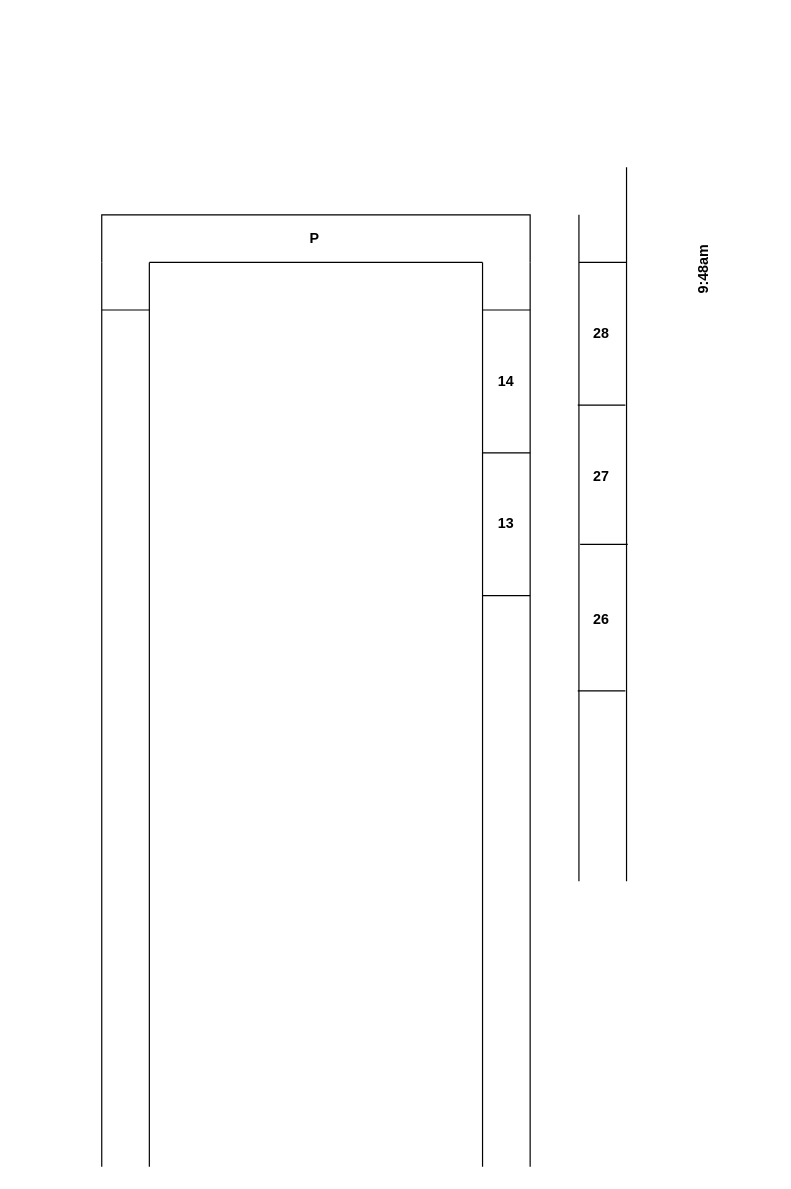
Above: page "A REAL MONTH" (1 of 27) of pentasys-calendar-format-1.drawio in appsparkler/draw.io (draw.io), before the change. Source tidied: cells renumbered, new cells numbered last; positions are measured from the earlier drawing's top-left corner, leaving out a move shared by most shapes. Both pictures are drawn from the tidied source at 119%, with x=0, y=0 at pixel (101, 167).
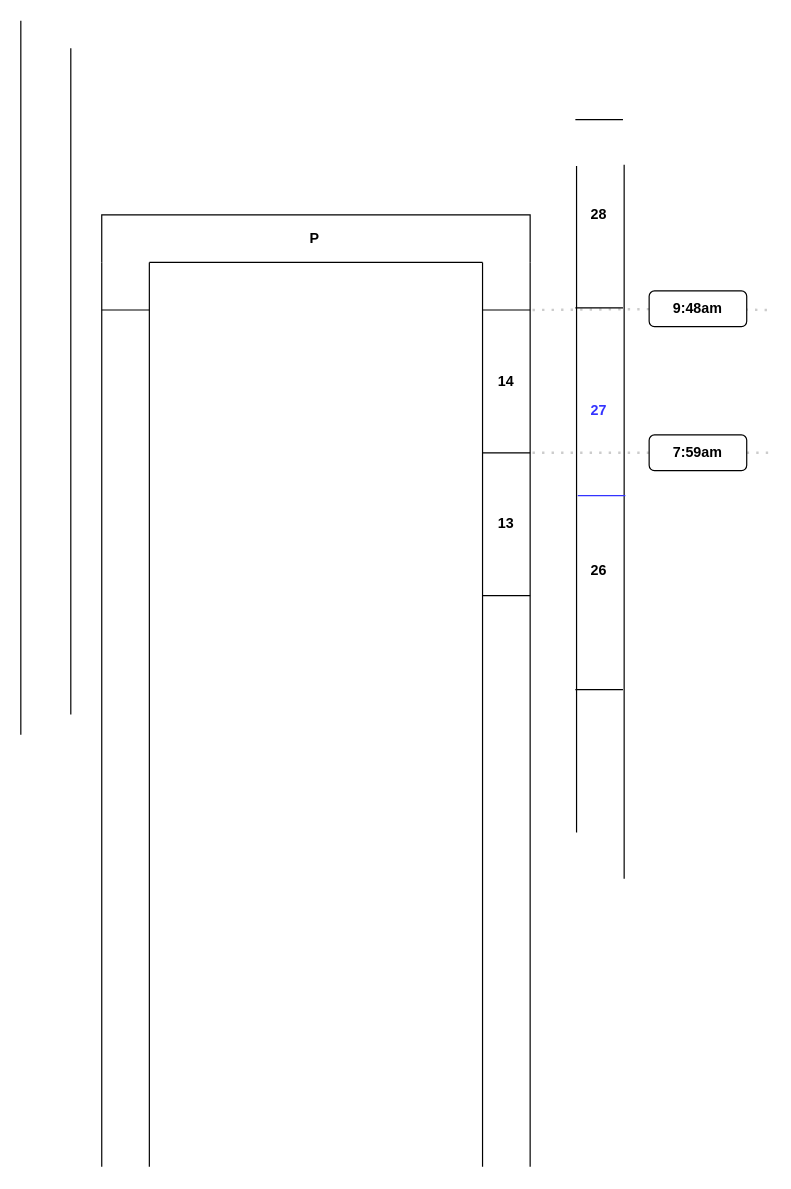
After the change.

Change to the diagram source:
```diff
@@
-    <mxCell id="4" value="9:48am" style="text;html=1;whiteSpace=wrap;strokeColor=none;fillColor=none;align=center;verticalAlign=middle;rounded=0;fontStyle=1;rotation=-90;" parent="1" vertex="1">
-      <mxGeometry x="476" y="71" width="60" height="30" as="geometry" />
-    </mxCell>
@@
-    <mxCell id="15" style="group;fillColor=none;strokeColor=none;fontColor=#3333FF;" parent="1" vertex="1">
-      <mxGeometry x="400" width="42" height="600" as="geometry" />
-    </mxCell>
+    <mxCell id="25" value="&lt;b&gt;P&lt;/b&gt;" style="text;html=1;whiteSpace=wrap;strokeColor=none;fillColor=none;align=center;verticalAlign=middle;rounded=0;" parent="1" vertex="1">
+      <mxGeometry x="164" y="40" width="30" height="40" as="geometry" />
+    </mxCell>
+    <mxCell id="26" style="endArrow=none;dashed=1;html=1;dashPattern=1 3;strokeWidth=2;rounded=0;strokeColor=#CCCCCC;" parent="1" edge="1" source="29">
+      <mxGeometry relative="1" as="geometry">
+        <mxPoint x="360" y="240" as="targetPoint" />
+      </mxGeometry>
+    </mxCell>
+    <mxCell id="27" style="endArrow=none;dashed=1;html=1;dashPattern=1 3;strokeWidth=2;rounded=0;strokeColor=#CCCCCC;" parent="1" edge="1" source="4">
+      <mxGeometry relative="1" as="geometry">
+        <mxPoint x="359" y="120" as="targetPoint" />
+      </mxGeometry>
+    </mxCell>
+    <mxCell id="28" style="endArrow=none;dashed=1;html=1;dashPattern=1 3;strokeWidth=2;rounded=0;strokeColor=#CCCCCC;" parent="1" edge="1" target="29">
+      <mxGeometry relative="1" as="geometry">
+        <mxPoint x="560" y="240" as="sourcePoint" />
+      </mxGeometry>
+    </mxCell>
+    <mxCell id="29" value="&lt;b&gt;7:59am&lt;/b&gt;" style="rounded=1;whiteSpace=wrap;html=1;" parent="1" vertex="1">
+      <mxGeometry x="460" y="225" width="82" height="30" as="geometry" />
+    </mxCell>
+    <mxCell id="30" style="endArrow=none;dashed=1;html=1;dashPattern=1 3;strokeWidth=2;rounded=0;strokeColor=#CCCCCC;" parent="1" edge="1" target="4">
+      <mxGeometry relative="1" as="geometry">
+        <mxPoint x="559" y="120" as="sourcePoint" />
+      </mxGeometry>
+    </mxCell>
+    <mxCell id="4" value="&lt;b&gt;9:48am&lt;/b&gt;" style="rounded=1;whiteSpace=wrap;html=1;" parent="1" vertex="1">
+      <mxGeometry x="460" y="104" width="82" height="30" as="geometry" />
+    </mxCell>
-    <mxCell id="16" style="endArrow=none;html=1;rounded=0;" parent="15" edge="1">
+    <mxCell id="16" style="endArrow=none;html=1;rounded=0;" parent="1" edge="1">
       <mxGeometry relative="1" as="geometry">
-        <mxPoint x="1" y="600" as="sourcePoint" />
-        <mxPoint x="1" y="40" as="targetPoint" />
+        <mxPoint x="399" y="559" as="sourcePoint" />
+        <mxPoint x="399" y="-1" as="targetPoint" />
       </mxGeometry>
     </mxCell>
-    <mxCell id="17" style="endArrow=none;html=1;rounded=0;" parent="15" edge="1">
+    <mxCell id="17" style="endArrow=none;html=1;rounded=0;" parent="1" edge="1">
       <mxGeometry relative="1" as="geometry">
-        <mxPoint x="41" y="600" as="sourcePoint" />
-        <mxPoint x="41" as="targetPoint" />
+        <mxPoint x="439" y="598" as="sourcePoint" />
+        <mxPoint x="439" y="-2" as="targetPoint" />
       </mxGeometry>
     </mxCell>
-    <mxCell id="18" style="endArrow=none;html=1;rounded=0;" parent="15" edge="1">
+    <mxCell id="18" style="endArrow=none;html=1;rounded=0;strokeColor=#3333FF;" parent="1" edge="1">
       <mxGeometry relative="1" as="geometry">
-        <mxPoint x="2" y="317" as="sourcePoint" />
-        <mxPoint x="42" y="317" as="targetPoint" />
+        <mxPoint x="400" y="276" as="sourcePoint" />
+        <mxPoint x="440" y="276" as="targetPoint" />
       </mxGeometry>
     </mxCell>
-    <mxCell id="19" style="endArrow=none;html=1;rounded=0;" parent="15" edge="1">
+    <mxCell id="19" style="endArrow=none;html=1;rounded=0;" parent="1" edge="1">
       <mxGeometry relative="1" as="geometry">
-        <mxPoint y="200" as="sourcePoint" />
-        <mxPoint x="40" y="200" as="targetPoint" />
+        <mxPoint x="398" y="118.2" as="sourcePoint" />
+        <mxPoint x="438" y="118.2" as="targetPoint" />
       </mxGeometry>
     </mxCell>
-    <mxCell id="20" style="endArrow=none;html=1;rounded=0;" parent="15" edge="1">
+    <mxCell id="20" style="endArrow=none;html=1;rounded=0;" parent="1" edge="1">
       <mxGeometry relative="1" as="geometry">
-        <mxPoint x="1" y="80" as="sourcePoint" />
-        <mxPoint x="41" y="80" as="targetPoint" />
+        <mxPoint x="398" y="-40" as="sourcePoint" />
+        <mxPoint x="438" y="-40" as="targetPoint" />
       </mxGeometry>
     </mxCell>
-    <mxCell id="21" style="endArrow=none;html=1;rounded=0;" parent="15" edge="1">
+    <mxCell id="21" style="endArrow=none;html=1;rounded=0;" parent="1" edge="1">
       <mxGeometry relative="1" as="geometry">
-        <mxPoint y="440" as="sourcePoint" />
-        <mxPoint x="40" y="440" as="targetPoint" />
+        <mxPoint x="398" y="439" as="sourcePoint" />
+        <mxPoint x="438" y="439" as="targetPoint" />
       </mxGeometry>
     </mxCell>
-    <mxCell id="22" value="&lt;b&gt;28&lt;/b&gt;" style="text;html=1;whiteSpace=wrap;strokeColor=none;fillColor=none;align=center;verticalAlign=middle;rounded=0;" parent="15" vertex="1">
-      <mxGeometry x="5" y="120" width="30" height="40" as="geometry" />
+    <mxCell id="22" value="&lt;b&gt;28&lt;/b&gt;" style="text;html=1;whiteSpace=wrap;strokeColor=none;fillColor=none;align=center;verticalAlign=middle;rounded=0;" parent="1" vertex="1">
+      <mxGeometry x="403" y="20" width="30" height="40" as="geometry" />
     </mxCell>
-    <mxCell id="23" value="&lt;b&gt;27&lt;/b&gt;" style="text;html=1;whiteSpace=wrap;strokeColor=none;fillColor=none;align=center;verticalAlign=middle;rounded=0;" parent="15" vertex="1">
-      <mxGeometry x="5" y="240" width="30" height="40" as="geometry" />
+    <mxCell id="23" value="&lt;b&gt;27&lt;/b&gt;" style="text;html=1;whiteSpace=wrap;strokeColor=none;fillColor=none;align=center;verticalAlign=middle;rounded=0;fontColor=#3333FF;" parent="1" vertex="1">
+      <mxGeometry x="403" y="185" width="30" height="40" as="geometry" />
     </mxCell>
-    <mxCell id="24" value="&lt;b&gt;26&lt;/b&gt;" style="text;html=1;whiteSpace=wrap;strokeColor=none;fillColor=none;align=center;verticalAlign=middle;rounded=0;" parent="15" vertex="1">
-      <mxGeometry x="5" y="360" width="30" height="40" as="geometry" />
+    <mxCell id="24" value="&lt;b&gt;26&lt;/b&gt;" style="text;html=1;whiteSpace=wrap;strokeColor=none;fillColor=none;align=center;verticalAlign=middle;rounded=0;" parent="1" vertex="1">
+      <mxGeometry x="403" y="319" width="30" height="40" as="geometry" />
     </mxCell>
-    <mxCell id="25" value="&lt;b&gt;P&lt;/b&gt;" style="text;html=1;whiteSpace=wrap;strokeColor=none;fillColor=none;align=center;verticalAlign=middle;rounded=0;" parent="1" vertex="1">
-      <mxGeometry x="164" y="40" width="30" height="40" as="geometry" />
-    </mxCell>
+    <mxCell id="31" style="endArrow=none;html=1;rounded=0;" parent="1" edge="1">
+      <mxGeometry relative="1" as="geometry">
+        <mxPoint x="-26" y="460" as="sourcePoint" />
+        <mxPoint x="-26" y="-100" as="targetPoint" />
+      </mxGeometry>
+    </mxCell>
+    <mxCell id="32" style="endArrow=none;html=1;rounded=0;" parent="1" edge="1">
+      <mxGeometry relative="1" as="geometry">
+        <mxPoint x="-68" y="477" as="sourcePoint" />
+        <mxPoint x="-68" y="-123" as="targetPoint" />
+      </mxGeometry>
+    </mxCell>
```
